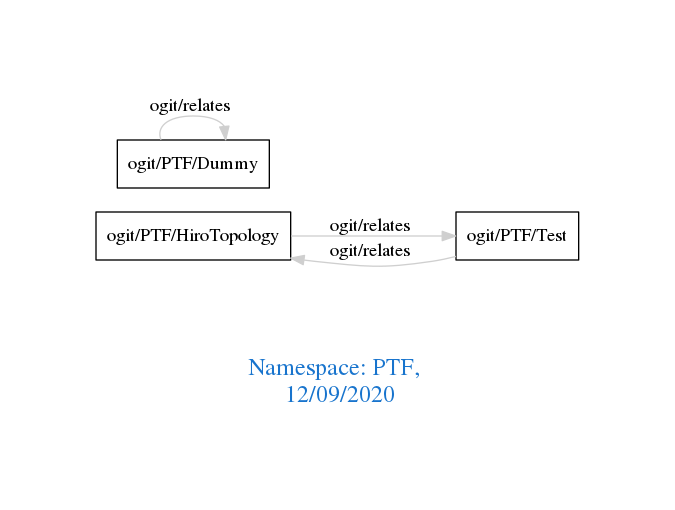
Earlier version of the Graphviz export downloads/PTF.png (arago/OGIT). Its source is kept beside it as downloads/PTF.dot.
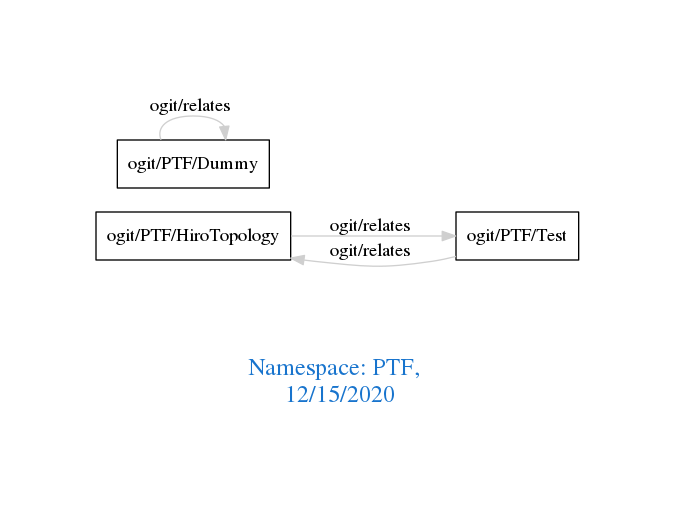
Later version of the same file.

Diff of the diagram source:
```diff
@@ -1,7 +1,7 @@
 digraph OGIT_ontology {
  graph [ rankdir= LR,pad=1
 fontsize = 18,
-fontcolor= dodgerblue3,label = "\n\n\nNamespace: PTF, \n 12/09/2020"];
+fontcolor= dodgerblue3,label = "\n\n\nNamespace: PTF, \n 12/15/2020"];
 node[shape=polygon];
 edge [  color="gray81"];
 
```
